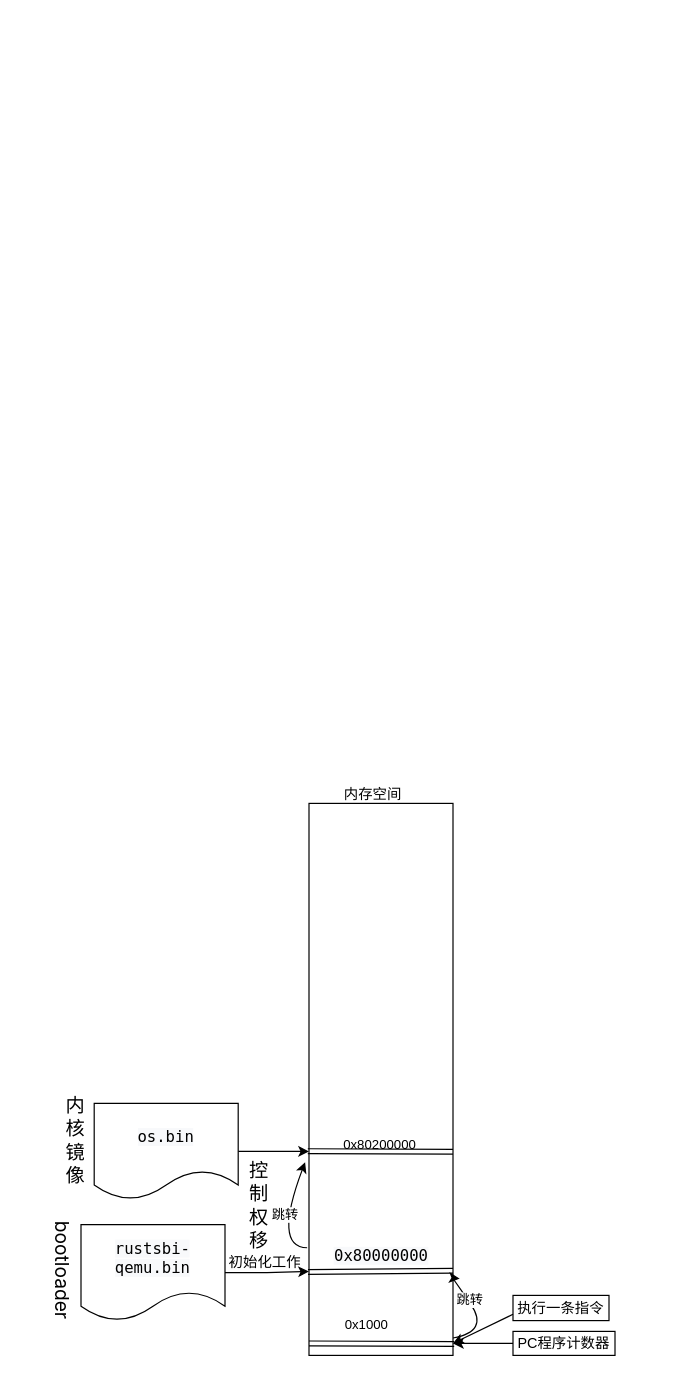
Before: qemu启动流程.drawio in huangg2018/batchos, a draw.io diagram. Source tidied: cells renumbered, new cells numbered last; positions are measured from the earlier drawing's top-left corner, leaving out a move shared by most shapes. Both pictures are drawn from the tidied source at 120%, with x=0, y=0 at pixel (-4, 776).
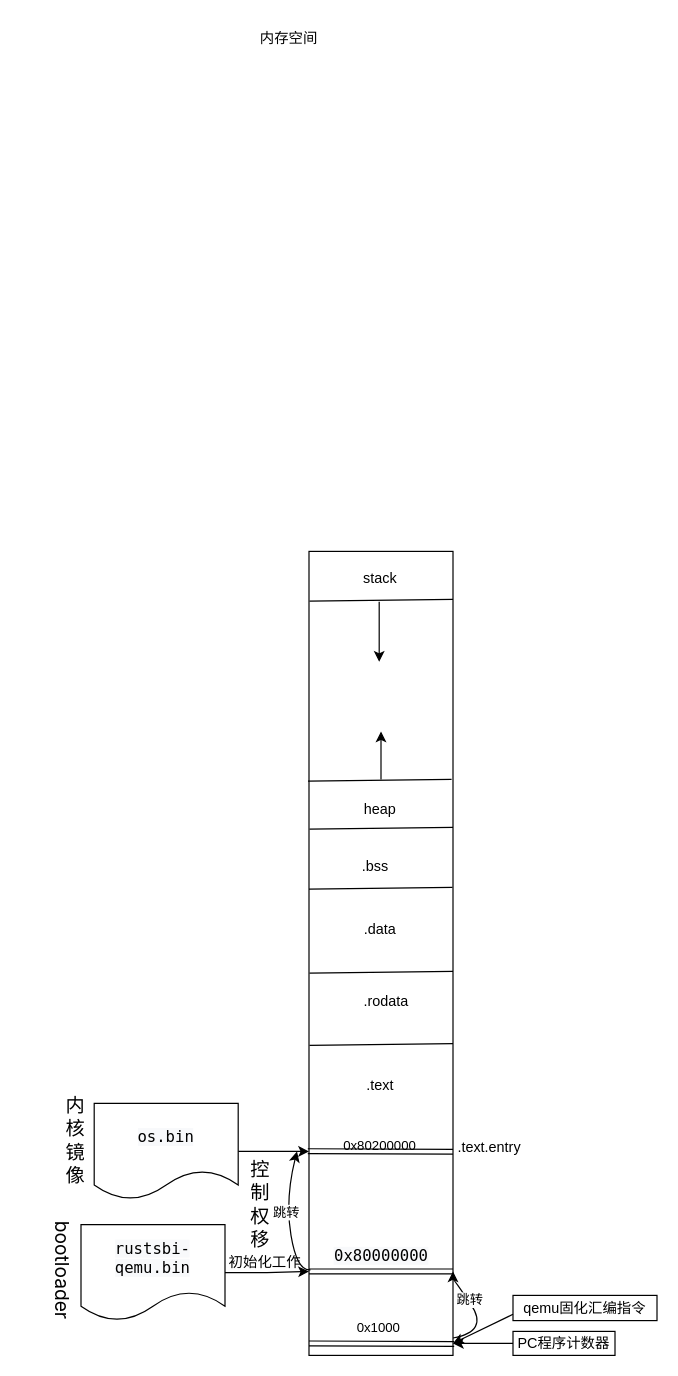
After the change.

Commit message:
更新qemu启动流程.drawio

Unchanged cells that the change refers to:
```xml
<mxCell id="14" style="shape=link;html=1;rounded=0;exitX=-0.007;exitY=0.849;exitDx=0;exitDy=0;exitPerimeter=0;" parent="1" edge="1">
  <mxGeometry relative="1" as="geometry">
    <mxPoint x="260" y="472" as="sourcePoint" />
    <mxPoint x="381" y="472.5" as="targetPoint" />
  </mxGeometry>
</mxCell>
```

The edit, as a diff of the source:
```diff
@@
     <mxCell id="2" style="rounded=0;whiteSpace=wrap;html=1;" parent="1" vertex="1">
-      <mxGeometry x="260" y="22" width="120" height="460" as="geometry" />
+      <mxGeometry x="260" y="-188" width="120" height="670" as="geometry" />
     </mxCell>
@@
-    <mxCell id="5" style="shape=link;html=1;rounded=0;exitX=-0.007;exitY=0.849;exitDx=0;exitDy=0;exitPerimeter=0;" parent="1" edge="1" source="2">
+    <mxCell id="5" style="shape=link;html=1;rounded=0;exitX=-0.007;exitY=0.849;exitDx=0;exitDy=0;exitPerimeter=0;" parent="1" edge="1">
       <mxGeometry relative="1" as="geometry">
-        <mxPoint x="380" y="411.5" as="targetPoint" />
+        <mxPoint x="260" y="412" as="sourcePoint" />
+        <mxPoint x="380" y="412" as="targetPoint" />
       </mxGeometry>
     </mxCell>
@@
     <mxCell id="15" value="&lt;code style=&quot;font-family: var(--font-stack--monospace); font-size: var(--font-size--small--2); background: var(--color-inline-code-background); border-radius: 0.2em; padding: 0.1em 0.2em; border: 1px solid var(--color-background-border); text-align: left; text-wrap: wrap;&quot; class=&quot;docutils literal notranslate&quot;&gt;&lt;span class=&quot;pre&quot;&gt;0x1000&lt;/span&gt;&lt;/code&gt;&lt;span style=&quot;font-family: -apple-system, BlinkMacSystemFont, &amp;quot;Segoe UI&amp;quot;, Helvetica, Arial, sans-serif, &amp;quot;Apple Color Emoji&amp;quot;, &amp;quot;Segoe UI Emoji&amp;quot;; font-size: medium; text-align: left; text-wrap: wrap;&quot;&gt;&amp;nbsp;&lt;/span&gt;" style="edgeLabel;html=1;align=center;verticalAlign=middle;" parent="14" vertex="1">
       <mxGeometry x="0.3" relative="1" as="geometry">
-        <mxPoint x="-29" y="-19" as="offset" />
+        <mxPoint x="-19" y="-16" as="offset" />
       </mxGeometry>
     </mxCell>
@@
-    <mxCell id="18" value="执行一条指令" style="rounded=0;whiteSpace=wrap;html=1;" parent="1" vertex="1">
-      <mxGeometry x="430" y="432" width="80" height="21" as="geometry" />
+    <mxCell id="18" value="qemu固化汇编指令" style="rounded=0;whiteSpace=wrap;html=1;" parent="1" vertex="1">
+      <mxGeometry x="430" y="432" width="120" height="21" as="geometry" />
     </mxCell>
@@
-    <mxCell id="20" style="curved=1;endArrow=classic;html=1;rounded=0;entryX=1.047;entryY=0.861;entryDx=0;entryDy=0;entryPerimeter=0;" parent="1" edge="1" target="2">
+    <mxCell id="20" style="curved=1;endArrow=classic;html=1;rounded=0;" parent="1" edge="1">
       <mxGeometry relative="1" as="geometry">
         <mxPoint x="380" y="467.5" as="sourcePoint" />
+        <mxPoint x="380" y="412" as="targetPoint" />
         <Array as="points">
           <mxPoint x="410" y="462" />
           <mxPoint x="380" y="417.5" />
         </Array>
       </mxGeometry>
     </mxCell>
@@
-    <mxCell id="23" style="curved=1;endArrow=classic;html=1;rounded=0;entryX=-0.027;entryY=0.65;entryDx=0;entryDy=0;entryPerimeter=0;exitX=-0.013;exitY=0.805;exitDx=0;exitDy=0;exitPerimeter=0;" parent="1" edge="1" source="2" target="2">
+    <mxCell id="23" style="curved=1;endArrow=classic;html=1;rounded=0;exitX=0.01;exitY=0.913;exitDx=0;exitDy=0;exitPerimeter=0;" parent="1" edge="1">
       <mxGeometry relative="1" as="geometry">
+        <mxPoint x="261.2" y="410.7" as="sourcePoint" />
+        <mxPoint x="250" y="312" as="targetPoint" />
         <Array as="points">
-          <mxPoint x="230" y="392" />
+          <mxPoint x="250" y="412" />
+          <mxPoint x="240" y="352" />
         </Array>
       </mxGeometry>
     </mxCell>
@@
     <mxCell id="26" value="内存空间" style="text;html=1;align=center;verticalAlign=middle;strokeColor=none;fillColor=none;" parent="1" vertex="1">
-      <mxGeometry x="278" width="70" height="30" as="geometry" />
+      <mxGeometry x="208" y="-630" width="70" height="30" as="geometry" />
     </mxCell>
+    <mxCell id="27" style="endArrow=none;html=1;rounded=0;entryX=1;entryY=0.457;entryDx=0;entryDy=0;entryPerimeter=0;exitX=0.003;exitY=0.46;exitDx=0;exitDy=0;exitPerimeter=0;" parent="1" edge="1">
+      <mxGeometry relative="1" as="geometry">
+        <mxPoint x="260.4" y="223.6" as="sourcePoint" />
+        <mxPoint x="380" y="222.2" as="targetPoint" />
+      </mxGeometry>
+    </mxCell>
+    <mxCell id="28" value=".text.entry" style="text;html=1;align=center;verticalAlign=middle;strokeColor=none;fillColor=none;" parent="1" vertex="1">
+      <mxGeometry x="370" y="294" width="80" height="30" as="geometry" />
+    </mxCell>
+    <mxCell id="29" style="endArrow=none;html=1;rounded=0;entryX=1;entryY=0.457;entryDx=0;entryDy=0;entryPerimeter=0;exitX=0.003;exitY=0.46;exitDx=0;exitDy=0;exitPerimeter=0;" parent="1" edge="1">
+      <mxGeometry relative="1" as="geometry">
+        <mxPoint x="260.4" y="163.4" as="sourcePoint" />
+        <mxPoint x="380" y="162" as="targetPoint" />
+      </mxGeometry>
+    </mxCell>
+    <mxCell id="30" style="endArrow=none;html=1;rounded=0;entryX=1;entryY=0.457;entryDx=0;entryDy=0;entryPerimeter=0;exitX=0.003;exitY=0.46;exitDx=0;exitDy=0;exitPerimeter=0;" parent="1" edge="1">
+      <mxGeometry relative="1" as="geometry">
+        <mxPoint x="260" y="93.4" as="sourcePoint" />
+        <mxPoint x="379.6" y="92" as="targetPoint" />
+      </mxGeometry>
+    </mxCell>
+    <mxCell id="31" value=".rodata" style="text;html=1;align=center;verticalAlign=middle;strokeColor=none;fillColor=none;" parent="1" vertex="1">
+      <mxGeometry x="294" y="172" width="60" height="30" as="geometry" />
+    </mxCell>
+    <mxCell id="32" value=".data" style="text;html=1;align=center;verticalAlign=middle;strokeColor=none;fillColor=none;" parent="1" vertex="1">
+      <mxGeometry x="294" y="112" width="50" height="30" as="geometry" />
+    </mxCell>
+    <mxCell id="33" value=".text" style="text;html=1;align=center;verticalAlign=middle;strokeColor=none;fillColor=none;" parent="1" vertex="1">
+      <mxGeometry x="294" y="242" width="50" height="30" as="geometry" />
+    </mxCell>
+    <mxCell id="34" value=".bss" style="text;html=1;align=center;verticalAlign=middle;strokeColor=none;fillColor=none;" parent="1" vertex="1">
+      <mxGeometry x="290" y="60" width="50" height="30" as="geometry" />
+    </mxCell>
+    <mxCell id="35" style="endArrow=none;html=1;rounded=0;entryX=1;entryY=0.457;entryDx=0;entryDy=0;entryPerimeter=0;exitX=0.003;exitY=0.46;exitDx=0;exitDy=0;exitPerimeter=0;" parent="1" edge="1">
+      <mxGeometry relative="1" as="geometry">
+        <mxPoint x="260.4" y="43.4" as="sourcePoint" />
+        <mxPoint x="380" y="42" as="targetPoint" />
+      </mxGeometry>
+    </mxCell>
+    <mxCell id="36" value="heap" style="text;html=1;align=center;verticalAlign=middle;strokeColor=none;fillColor=none;" parent="1" vertex="1">
+      <mxGeometry x="294" y="12" width="50" height="30" as="geometry" />
+    </mxCell>
+    <mxCell id="37" style="endArrow=none;html=1;rounded=0;entryX=1;entryY=0.457;entryDx=0;entryDy=0;entryPerimeter=0;exitX=0.003;exitY=0.46;exitDx=0;exitDy=0;exitPerimeter=0;" parent="1" edge="1">
+      <mxGeometry relative="1" as="geometry">
+        <mxPoint x="259.2" y="3.4" as="sourcePoint" />
+        <mxPoint x="378.8" y="2" as="targetPoint" />
+      </mxGeometry>
+    </mxCell>
+    <mxCell id="38" style="endArrow=none;html=1;rounded=0;entryX=1;entryY=0.457;entryDx=0;entryDy=0;entryPerimeter=0;exitX=0.003;exitY=0.46;exitDx=0;exitDy=0;exitPerimeter=0;" parent="1" edge="1">
+      <mxGeometry relative="1" as="geometry">
+        <mxPoint x="260.4" y="-146.6" as="sourcePoint" />
+        <mxPoint x="380" y="-148" as="targetPoint" />
+      </mxGeometry>
+    </mxCell>
+    <mxCell id="39" value="stack" style="text;html=1;align=center;verticalAlign=middle;strokeColor=none;fillColor=none;" parent="1" vertex="1">
+      <mxGeometry x="294" y="-180" width="50" height="30" as="geometry" />
+    </mxCell>
+    <mxCell id="40" style="endArrow=classic;html=1;rounded=0;entryX=0.5;entryY=0.224;entryDx=0;entryDy=0;entryPerimeter=0;" parent="1" edge="1" target="2">
+      <mxGeometry relative="1" as="geometry">
+        <mxPoint x="320" y="2" as="sourcePoint" />
+      </mxGeometry>
+    </mxCell>
+    <mxCell id="41" style="endArrow=classic;html=1;rounded=0;" parent="1" edge="1">
+      <mxGeometry relative="1" as="geometry">
+        <mxPoint x="318.5" y="-146" as="sourcePoint" />
+        <mxPoint x="318.5" y="-96" as="targetPoint" />
+      </mxGeometry>
+    </mxCell>
```
